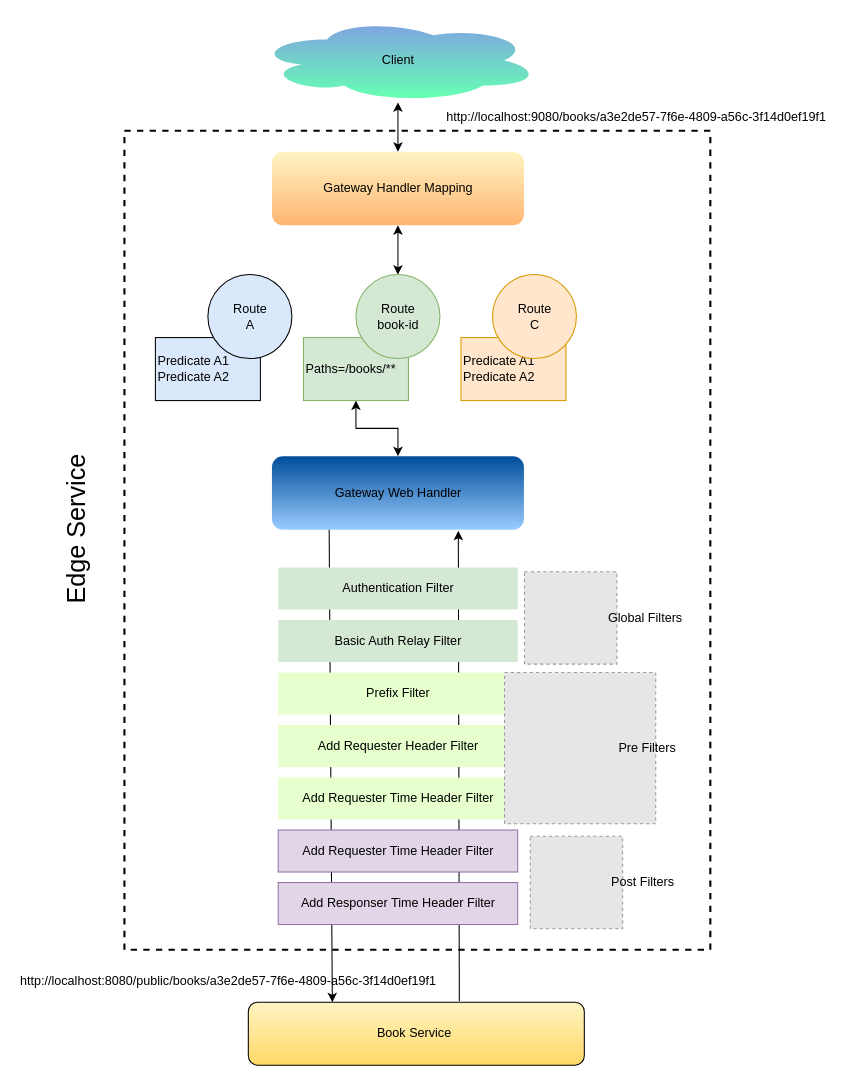
The draw.io diagram img/gateway-example-flow.drawio in indrabasak/spring-gateway-example, before the edit. Source tidied: cells renumbered, new cells numbered last; positions are measured from the earlier drawing's top-left corner, leaving out a move shared by most shapes. Both pictures are drawn from the tidied source at 105%, with x=0, y=0 at pixel (-2, 18). Pictures stored in the file or linked from it are replaced by grey dashed boxes.
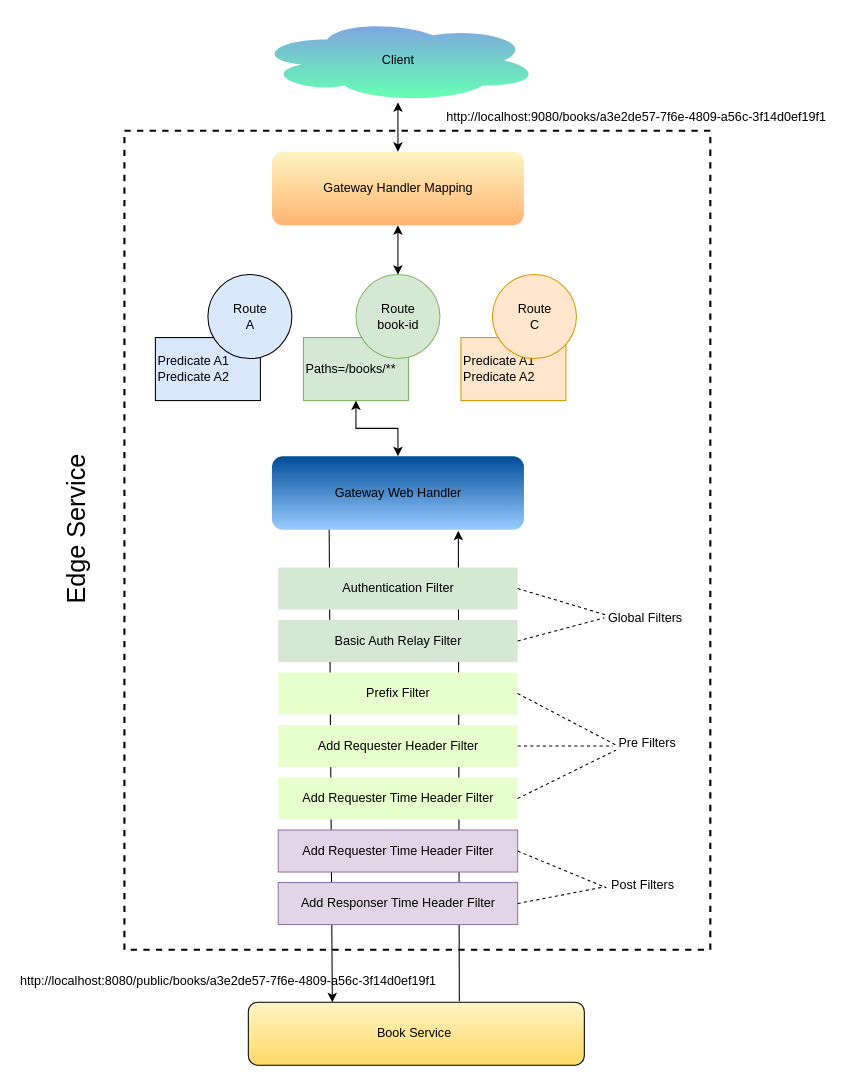
Above is the later version.

The change refers to these unchanged cells:
```xml
<mxCell id="17" value="Authentication Filter" style="rounded=0;whiteSpace=wrap;html=1;strokeColor=none;fillColor=#D5E8D4;" parent="1" vertex="1">
  <mxGeometry x="266.5" y="523" width="228" height="40" as="geometry" />
</mxCell>
<mxCell id="18" value="Basic Auth Relay Filter" style="rounded=0;whiteSpace=wrap;html=1;strokeColor=none;fillColor=#D5E8D4;" parent="1" vertex="1">
  <mxGeometry x="266.5" y="573" width="228" height="40" as="geometry" />
</mxCell>
<mxCell id="19" value="Prefix Filter" style="rounded=0;whiteSpace=wrap;html=1;strokeColor=none;fillColor=#E6FFCC;" parent="1" vertex="1">
  <mxGeometry x="266.5" y="623" width="228" height="40" as="geometry" />
</mxCell>
<mxCell id="20" value="Add Requester Header Filter" style="rounded=0;whiteSpace=wrap;html=1;strokeColor=none;fillColor=#E6FFCC;" parent="1" vertex="1">
  <mxGeometry x="266.5" y="673" width="228" height="40" as="geometry" />
</mxCell>
<mxCell id="21" value="Add Requester Time Header Filter" style="rounded=0;whiteSpace=wrap;html=1;strokeColor=none;fillColor=#E6FFCC;" parent="1" vertex="1">
  <mxGeometry x="266.5" y="723" width="228" height="40" as="geometry" />
</mxCell>
<mxCell id="22" value="Add Requester Time Header Filter" style="rounded=0;whiteSpace=wrap;html=1;strokeColor=#9673a6;fillColor=#e1d5e7;" parent="1" vertex="1">
  <mxGeometry x="266.5" y="773" width="228" height="40" as="geometry" />
</mxCell>
<mxCell id="23" value="Add Responser Time Header Filter" style="rounded=0;whiteSpace=wrap;html=1;strokeColor=#9673a6;fillColor=#e1d5e7;" parent="1" vertex="1">
  <mxGeometry x="266.5" y="823" width="228" height="40" as="geometry" />
</mxCell>
<mxCell id="28" value="Global Filters" style="text;html=1;points=[];align=left;verticalAlign=top;spacingTop=-4;" parent="1" vertex="1">
  <mxGeometry x="579" y="561" width="90" height="20" as="geometry" />
</mxCell>
```

The edit, as a diff of the source:
```diff
@@
-    <mxCell id="25" style="fillColor=#E6E6E6;strokeColor=#999999;dashed=1;html=1;verticalAlign=top;verticalLabelPosition=bottom;labelBackgroundColor=#ffffff;" parent="1" vertex="1">
-      <mxGeometry x="501" y="527" width="88" height="88" as="geometry" />
-    </mxCell>
-    <mxCell id="26" style="fillColor=#E6E6E6;strokeColor=#999999;dashed=1;html=1;verticalAlign=top;verticalLabelPosition=bottom;labelBackgroundColor=#ffffff;" parent="1" vertex="1">
-      <mxGeometry x="482" y="623" width="144" height="144" as="geometry" />
-    </mxCell>
-    <mxCell id="27" style="fillColor=#E6E6E6;strokeColor=#999999;dashed=1;html=1;verticalAlign=top;verticalLabelPosition=bottom;labelBackgroundColor=#ffffff;" parent="1" vertex="1">
-      <mxGeometry x="506.5" y="779" width="88" height="88" as="geometry" />
-    </mxCell>
@@
     <mxCell id="29" value="Pre Filters" style="text;html=1;points=[];align=left;verticalAlign=top;spacingTop=-4;" parent="1" vertex="1">
-      <mxGeometry x="589" y="685" width="70" height="20" as="geometry" />
+      <mxGeometry x="589" y="680" width="70" height="20" as="geometry" />
     </mxCell>
     <mxCell id="30" value="Post Filters" style="text;html=1;points=[];align=left;verticalAlign=top;spacingTop=-4;" parent="1" vertex="1">
-      <mxGeometry x="582" y="813" width="80" height="20" as="geometry" />
+      <mxGeometry x="582" y="816" width="80" height="20" as="geometry" />
     </mxCell>
@@
+    <mxCell id="34" style="endArrow=none;dashed=1;html=1;exitX=1;exitY=0.5;exitDx=0;exitDy=0;entryX=-0.011;entryY=0.35;entryDx=0;entryDy=0;entryPerimeter=0;" parent="1" edge="1" source="17" target="28">
+      <mxGeometry relative="1" as="geometry" />
+    </mxCell>
+    <mxCell id="35" style="endArrow=none;dashed=1;html=1;exitX=1;exitY=0.5;exitDx=0;exitDy=0;entryX=-0.022;entryY=0.5;entryDx=0;entryDy=0;entryPerimeter=0;" parent="1" edge="1" source="18" target="28">
+      <mxGeometry relative="1" as="geometry" />
+    </mxCell>
+    <mxCell id="36" style="endArrow=none;dashed=1;html=1;exitX=1;exitY=0.5;exitDx=0;exitDy=0;entryX=-0.014;entryY=0.6;entryDx=0;entryDy=0;entryPerimeter=0;" parent="1" edge="1" source="19" target="29">
+      <mxGeometry relative="1" as="geometry" />
+    </mxCell>
+    <mxCell id="37" style="endArrow=none;dashed=1;html=1;exitX=1;exitY=0.5;exitDx=0;exitDy=0;entryX=-0.057;entryY=0.65;entryDx=0;entryDy=0;entryPerimeter=0;" parent="1" edge="1" source="20" target="29">
+      <mxGeometry relative="1" as="geometry" />
+    </mxCell>
+    <mxCell id="38" style="endArrow=none;dashed=1;html=1;exitX=1;exitY=0.5;exitDx=0;exitDy=0;" parent="1" edge="1" source="21">
+      <mxGeometry relative="1" as="geometry">
+        <mxPoint x="588" y="697" as="targetPoint" />
+      </mxGeometry>
+    </mxCell>
+    <mxCell id="39" style="endArrow=none;dashed=1;html=1;exitX=1;exitY=0.5;exitDx=0;exitDy=0;entryX=-0.037;entryY=0.6;entryDx=0;entryDy=0;entryPerimeter=0;" parent="1" edge="1" source="22" target="30">
+      <mxGeometry relative="1" as="geometry" />
+    </mxCell>
+    <mxCell id="40" style="endArrow=none;dashed=1;html=1;exitX=1;exitY=0.5;exitDx=0;exitDy=0;" parent="1" edge="1" source="23">
+      <mxGeometry relative="1" as="geometry">
+        <mxPoint x="578" y="827" as="targetPoint" />
+      </mxGeometry>
+    </mxCell>
```
